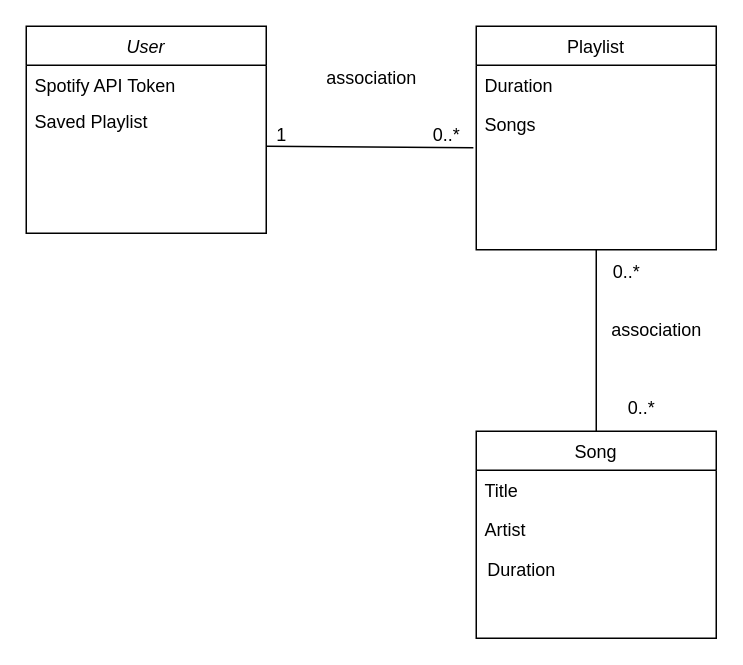
Above: images/Drawioclass.drawio in CS262-C-Spot-On/SpotOn-project (draw.io), before the change. Source tidied: cells renumbered, new cells numbered last; positions are measured from the earlier drawing's top-left corner, leaving out a move shared by most shapes. Both pictures are drawn from the tidied source at 150%, with x=0, y=0 at pixel (26, 26).
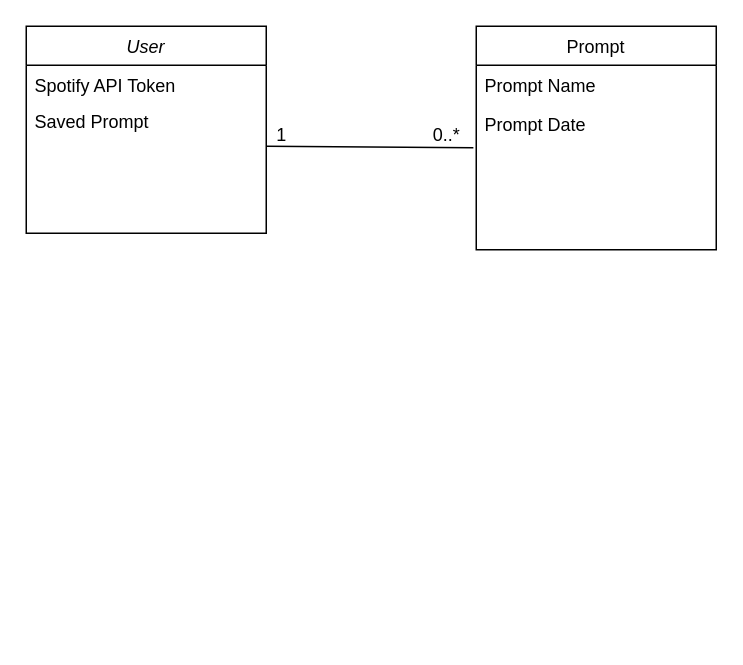
Above is the later version.

The change refers to these unchanged cells:
```xml
<mxCell id="2" value="User" style="swimlane;fontStyle=2;align=center;verticalAlign=top;horizontal=1;startSize=26;rounded=0;shadow=0;strokeWidth=1;" parent="1" vertex="1">
  <mxGeometry width="160" height="138" as="geometry" />
</mxCell>
```

Diff of the diagram source:
```diff
@@
-    <mxCell id="4" value="Saved Playlist" style="text;align=left;verticalAlign=top;spacingLeft=4;spacingRight=4;overflow=hidden;rounded=0;shadow=0;html=0;" parent="2" vertex="1">
+    <mxCell id="4" value="Saved Prompt" style="text;align=left;verticalAlign=top;spacingLeft=4;spacingRight=4;overflow=hidden;rounded=0;shadow=0;html=0;" parent="2" vertex="1">
       <mxGeometry y="50" width="160" height="26" as="geometry" />
     </mxCell>
-    <mxCell id="5" value="Song" style="swimlane;fontStyle=0;align=center;verticalAlign=top;horizontal=1;startSize=26;rounded=0;shadow=0;strokeWidth=1;" parent="1" vertex="1">
-      <mxGeometry x="300" y="270" width="160" height="138" as="geometry" />
-    </mxCell>
-    <mxCell id="6" value="Title" style="text;align=left;verticalAlign=top;spacingLeft=4;spacingRight=4;overflow=hidden;" parent="5" vertex="1">
-      <mxGeometry y="26" width="160" height="26" as="geometry" />
-    </mxCell>
-    <mxCell id="7" value="Artist" style="text;align=left;verticalAlign=top;spacingLeft=4;spacingRight=4;overflow=hidden;rounded=0;shadow=0;html=0;" parent="5" vertex="1">
-      <mxGeometry y="52" width="160" height="26" as="geometry" />
-    </mxCell>
-    <mxCell id="8" value="Playlist" style="swimlane;fontStyle=0;align=center;verticalAlign=top;horizontal=1;startSize=26;rounded=0;shadow=0;strokeWidth=1;" parent="1" vertex="1">
+    <mxCell id="8" value="Prompt" style="swimlane;fontStyle=0;align=center;verticalAlign=top;horizontal=1;startSize=26;rounded=0;shadow=0;strokeWidth=1;" parent="1" vertex="1">
       <mxGeometry x="300" width="160" height="149" as="geometry" />
     </mxCell>
-    <mxCell id="9" value="Duration " style="text;align=left;verticalAlign=top;spacingLeft=4;spacingRight=4;overflow=hidden;" parent="8" vertex="1">
+    <mxCell id="9" value="Prompt Name" style="text;align=left;verticalAlign=top;spacingLeft=4;spacingRight=4;overflow=hidden;" parent="8" vertex="1">
       <mxGeometry y="26" width="160" height="26" as="geometry" />
     </mxCell>
-    <mxCell id="10" value="Songs" style="text;align=left;verticalAlign=top;spacingLeft=4;spacingRight=4;overflow=hidden;points=[[0,0.5],[1,0.5]];portConstraint=eastwest;rounded=0;shadow=0;html=0;" parent="8" vertex="1">
+    <mxCell id="10" value="Prompt Date" style="text;align=left;verticalAlign=top;spacingLeft=4;spacingRight=4;overflow=hidden;points=[[0,0.5],[1,0.5]];portConstraint=eastwest;rounded=0;shadow=0;html=0;" parent="8" vertex="1">
       <mxGeometry y="52" width="160" height="26" as="geometry" />
     </mxCell>
@@
-    <mxCell id="12" style="endArrow=none;html=1;rounded=0;entryX=0.5;entryY=1;entryDx=0;entryDy=0;" parent="1" edge="1" target="8">
-      <mxGeometry relative="1" as="geometry">
-        <mxPoint x="380" y="270" as="sourcePoint" />
-        <Array as="points">
-          <mxPoint x="380" y="270" />
-        </Array>
-      </mxGeometry>
-    </mxCell>
-    <mxCell id="13" value="association" style="text;html=1;align=center;verticalAlign=middle;strokeColor=none;fillColor=none;" parent="1" vertex="1">
-      <mxGeometry x="190" y="20" width="80" height="30" as="geometry" />
-    </mxCell>
-    <mxCell id="14" value="association" style="text;html=1;align=center;verticalAlign=middle;strokeColor=none;fillColor=none;" parent="1" vertex="1">
-      <mxGeometry x="380" y="188" width="80" height="30" as="geometry" />
-    </mxCell>
@@
-    <mxCell id="17" value="0..*" style="text;html=1;align=center;verticalAlign=middle;strokeColor=none;fillColor=none;" parent="1" vertex="1">
-      <mxGeometry x="380" y="149" width="40" height="30" as="geometry" />
-    </mxCell>
-    <mxCell id="18" value="0..*" style="text;html=1;align=center;verticalAlign=middle;strokeColor=none;fillColor=none;" parent="1" vertex="1">
-      <mxGeometry x="390" y="240" width="40" height="30" as="geometry" />
-    </mxCell>
-    <mxCell id="19" value="Duration" style="text;html=1;align=center;verticalAlign=middle;strokeColor=none;fillColor=none;" parent="1" vertex="1">
-      <mxGeometry x="295" y="348" width="70" height="30" as="geometry" />
-    </mxCell>
```
